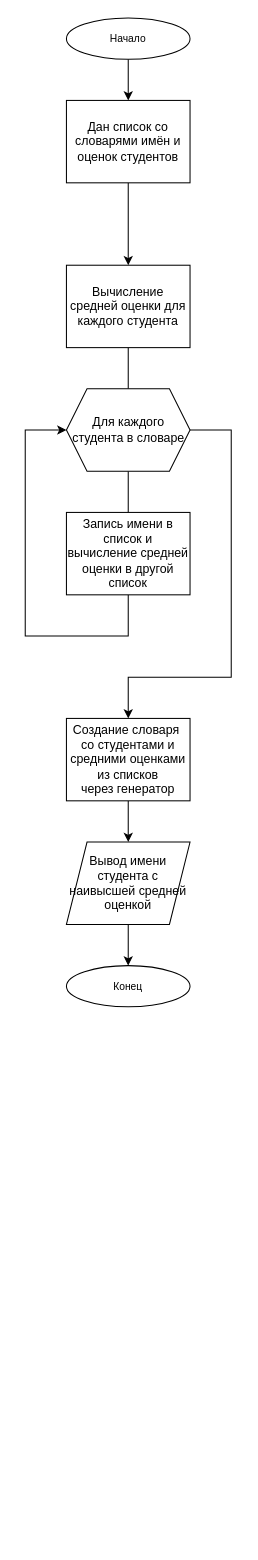
This is task_1/Диаграмма первой задачи.drawio from konodop/Python_data_types, a draw.io file, before an edit. Source tidied: cells renumbered, new cells numbered last; positions are measured from the earlier drawing's top-left corner, leaving out a move shared by most shapes. Both pictures are drawn from the tidied source at 103%, with x=0, y=0 at pixel (25, 18).
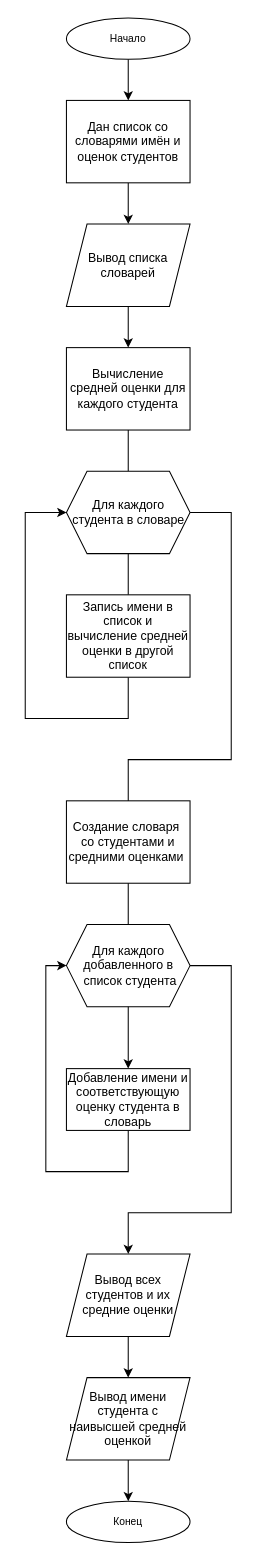
After the change.

Unchanged cells that the change refers to:
```xml
<mxCell id="8" value="Дан список со словарями имён и оценок студентов" style="rounded=0;whiteSpace=wrap;html=1;" parent="1" vertex="1">
  <mxGeometry x="40" y="80" width="120" height="80" as="geometry" />
</mxCell>
```

The edit, as a diff of the source:
```diff
@@
-    <mxCell id="4" value="&lt;font style=&quot;font-size: 10px;&quot;&gt;Конец&lt;/font&gt;" style="ellipse;whiteSpace=wrap;html=1;shapeInside=1;" parent="1" vertex="1">
-      <mxGeometry x="40" y="920" width="120" height="40" as="geometry" />
-    </mxCell>
-    <mxCell id="5" style="edgeStyle=orthogonalEdgeStyle;rounded=0;jettySize=auto;html=1;fontFamily=Helvetica;fontSize=12;fontColor=default;" parent="1" edge="1" source="6" target="4">
-      <mxGeometry relative="1" as="geometry" />
-    </mxCell>
-    <mxCell id="6" value="Вывод имени студента с наивысшей средней оценкой" style="shape=parallelogram;perimeter=parallelogramPerimeter;whiteSpace=wrap;html=1;shapeInside=1;fixedSize=1;" parent="1" vertex="1">
-      <mxGeometry x="40" y="800" width="120" height="80" as="geometry" />
-    </mxCell>
-    <mxCell id="7" style="edgeStyle=orthogonalEdgeStyle;rounded=0;jettySize=auto;html=1;fontFamily=Helvetica;fontSize=12;fontColor=default;" parent="1" edge="1" source="8" target="10">
-      <mxGeometry relative="1" as="geometry" />
-    </mxCell>
+    <mxCell id="18" style="edgeStyle=orthogonalEdgeStyle;rounded=0;jettySize=auto;html=1;fontFamily=Helvetica;fontSize=12;fontColor=default;" parent="1" edge="1" source="8" target="27">
+      <mxGeometry relative="1" as="geometry" />
+    </mxCell>
@@
     <mxCell id="10" value="Вычисление средней оценки для каждого студента" style="rounded=0;whiteSpace=wrap;html=1;" parent="1" vertex="1">
-      <mxGeometry x="40" y="240" width="120" height="80" as="geometry" />
+      <mxGeometry x="40" y="320" width="120" height="80" as="geometry" />
     </mxCell>
-    <mxCell id="11" style="edgeStyle=orthogonalEdgeStyle;rounded=0;jettySize=auto;html=1;fontFamily=Helvetica;fontSize=12;fontColor=default;" parent="1" edge="1" source="12" target="6">
-      <mxGeometry relative="1" as="geometry" />
-    </mxCell>
-    <mxCell id="12" value="Создание словаря&amp;nbsp; со студентами и средними оценками из списков&lt;div&gt;через генератор&lt;/div&gt;" style="rounded=0;whiteSpace=wrap;html=1;" parent="1" vertex="1">
-      <mxGeometry x="40" y="680" width="120" height="80" as="geometry" />
-    </mxCell>
@@
-    <mxCell id="14" style="edgeStyle=orthogonalEdgeStyle;rounded=0;jettySize=auto;html=1;fontFamily=Helvetica;fontSize=12;fontColor=default;exitX=1;exitY=0.5;exitDx=0;exitDy=0;entryX=0.5;entryY=0;entryDx=0;entryDy=0;" parent="1" edge="1" source="15" target="12">
+    <mxCell id="14" style="edgeStyle=orthogonalEdgeStyle;rounded=0;jettySize=auto;html=1;fontFamily=Helvetica;fontSize=12;fontColor=default;exitX=1;exitY=0.5;exitDx=0;exitDy=0;entryX=0.5;entryY=0;entryDx=0;entryDy=0;" parent="1" edge="1" source="15" target="23">
       <mxGeometry relative="1" as="geometry">
         <Array as="points">
-          <mxPoint x="200" y="400" />
-          <mxPoint x="200" y="640" />
-          <mxPoint x="100" y="640" />
+          <mxPoint x="200" y="480" />
+          <mxPoint x="200" y="720" />
+          <mxPoint x="100" y="720" />
         </Array>
       </mxGeometry>
     </mxCell>
     <mxCell id="15" value="Для каждого&lt;div&gt;студента в словаре&lt;/div&gt;" style="shape=hexagon;perimeter=hexagonPerimeter2;html=1;shapeInside=1;fixedSize=1;" parent="1" vertex="1">
-      <mxGeometry x="40" y="360" width="120" height="80" as="geometry" />
+      <mxGeometry x="40" y="440" width="120" height="80" as="geometry" />
     </mxCell>
     <mxCell id="16" style="edgeStyle=orthogonalEdgeStyle;rounded=0;jettySize=auto;html=1;entryX=0;entryY=0.5;entryDx=0;entryDy=0;fontFamily=Helvetica;fontSize=12;fontColor=default;" parent="1" edge="1" source="17" target="15">
       <mxGeometry relative="1" as="geometry">
         <Array as="points">
-          <mxPoint x="100" y="600" />
-          <mxPoint y="600" />
-          <mxPoint y="400" />
+          <mxPoint x="100" y="680" />
+          <mxPoint y="680" />
+          <mxPoint y="480" />
         </Array>
       </mxGeometry>
     </mxCell>
     <mxCell id="17" value="&lt;div&gt;Запись имени в список и&lt;/div&gt;вычисление средней оценки в другой список" style="rounded=0;whiteSpace=wrap;html=1;" parent="1" vertex="1">
-      <mxGeometry x="40" y="480" width="120" height="80" as="geometry" />
+      <mxGeometry x="40" y="560" width="120" height="80" as="geometry" />
     </mxCell>
+    <mxCell id="19" style="edgeStyle=orthogonalEdgeStyle;rounded=0;jettySize=auto;html=1;entryX=0.5;entryY=0;entryDx=0;entryDy=0;fontFamily=Helvetica;fontSize=12;fontColor=default;" parent="1" edge="1" source="20" target="25">
+      <mxGeometry relative="1" as="geometry">
+        <Array as="points">
+          <mxPoint x="200" y="920" />
+          <mxPoint x="200" y="1160" />
+          <mxPoint x="100" y="1160" />
+        </Array>
+      </mxGeometry>
+    </mxCell>
+    <mxCell id="20" value="Для каждого&lt;div&gt;добавленного в&lt;/div&gt;&lt;div&gt;&amp;nbsp;список студента&lt;/div&gt;" style="shape=hexagon;perimeter=hexagonPerimeter2;html=1;shapeInside=1;fixedSize=1;size=20;" parent="1" vertex="1">
+      <mxGeometry x="40" y="880" width="120" height="80" as="geometry" />
+    </mxCell>
+    <mxCell id="21" value="Создание словаря&amp;nbsp; со студентами и средними оценками&amp;nbsp;" style="rounded=0;whiteSpace=wrap;html=1;" parent="1" vertex="1">
+      <mxGeometry x="40" y="760" width="120" height="80" as="geometry" />
+    </mxCell>
+    <mxCell id="22" style="edgeStyle=orthogonalEdgeStyle;rounded=0;jettySize=auto;html=1;entryX=0;entryY=0.5;entryDx=0;entryDy=0;fontFamily=Helvetica;fontSize=12;fontColor=default;" parent="1" edge="1" source="23" target="20">
+      <mxGeometry relative="1" as="geometry">
+        <Array as="points">
+          <mxPoint x="100" y="1120" />
+          <mxPoint x="20" y="1120" />
+          <mxPoint x="20" y="920" />
+        </Array>
+      </mxGeometry>
+    </mxCell>
+    <mxCell id="23" value="Добавление имени и соответствующую оценку студента в словарь" style="rounded=0;whiteSpace=wrap;html=1;" parent="1" vertex="1">
+      <mxGeometry x="40" y="1020" width="120" height="60" as="geometry" />
+    </mxCell>
+    <mxCell id="4" value="&lt;font style=&quot;font-size: 10px;&quot;&gt;Конец&lt;/font&gt;" style="ellipse;whiteSpace=wrap;html=1;shapeInside=1;" parent="1" vertex="1">
+      <mxGeometry x="40" y="1440" width="120" height="40" as="geometry" />
+    </mxCell>
+    <mxCell id="5" style="edgeStyle=orthogonalEdgeStyle;rounded=0;jettySize=auto;html=1;fontFamily=Helvetica;fontSize=12;fontColor=default;" parent="1" edge="1" source="6" target="4">
+      <mxGeometry relative="1" as="geometry" />
+    </mxCell>
+    <mxCell id="6" value="Вывод имени студента с наивысшей средней оценкой" style="shape=parallelogram;perimeter=parallelogramPerimeter;whiteSpace=wrap;html=1;shapeInside=1;fixedSize=1;" parent="1" vertex="1">
+      <mxGeometry x="40" y="1320" width="120" height="80" as="geometry" />
+    </mxCell>
+    <mxCell id="24" style="edgeStyle=orthogonalEdgeStyle;rounded=0;jettySize=auto;html=1;fontFamily=Helvetica;fontSize=12;fontColor=default;" parent="1" edge="1" source="25" target="6">
+      <mxGeometry relative="1" as="geometry" />
+    </mxCell>
+    <mxCell id="25" value="Вывод всех студентов и их средние оценки" style="shape=parallelogram;perimeter=parallelogramPerimeter;whiteSpace=wrap;html=1;shapeInside=1;fixedSize=1;" parent="1" vertex="1">
+      <mxGeometry x="40" y="1200" width="120" height="80" as="geometry" />
+    </mxCell>
+    <mxCell id="26" style="edgeStyle=orthogonalEdgeStyle;rounded=0;jettySize=auto;html=1;fontFamily=Helvetica;fontSize=12;fontColor=default;" parent="1" edge="1" source="27" target="10">
+      <mxGeometry relative="1" as="geometry" />
+    </mxCell>
+    <mxCell id="27" value="Вывод списка словарей" style="shape=parallelogram;perimeter=parallelogramPerimeter;whiteSpace=wrap;html=1;shapeInside=1;fixedSize=1;" parent="1" vertex="1">
+      <mxGeometry x="40" y="200" width="120" height="80" as="geometry" />
+    </mxCell>
```
